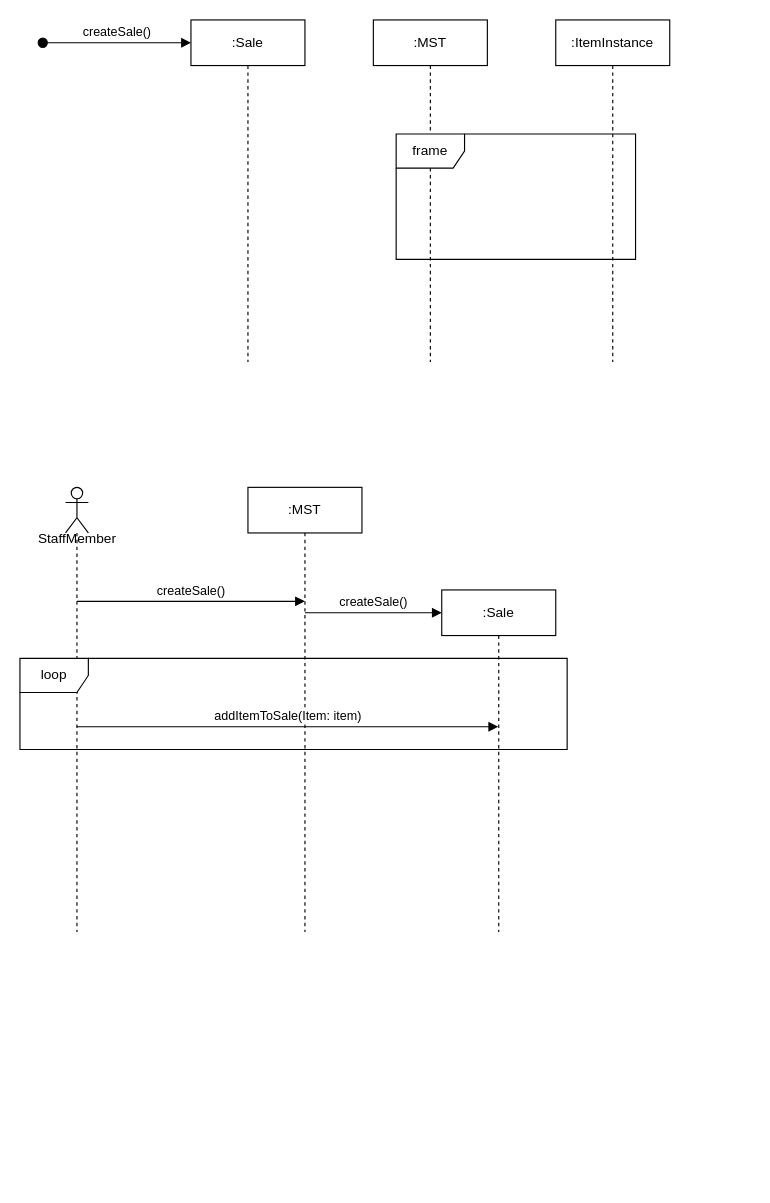
The draw.io diagram page "Page-3" (3 of 3) of workshop5-week6.drawio in antonykimuom/SWEN30006-2025-SM1-workshop1-tuew05-14-00-team-12, before the edit. Source tidied: cells renumbered, new cells numbered last; positions are measured from the earlier drawing's top-left corner, leaving out a move shared by most shapes. Both pictures are drawn from the tidied source at 114%, with x=0, y=0 at pixel (19, 19).
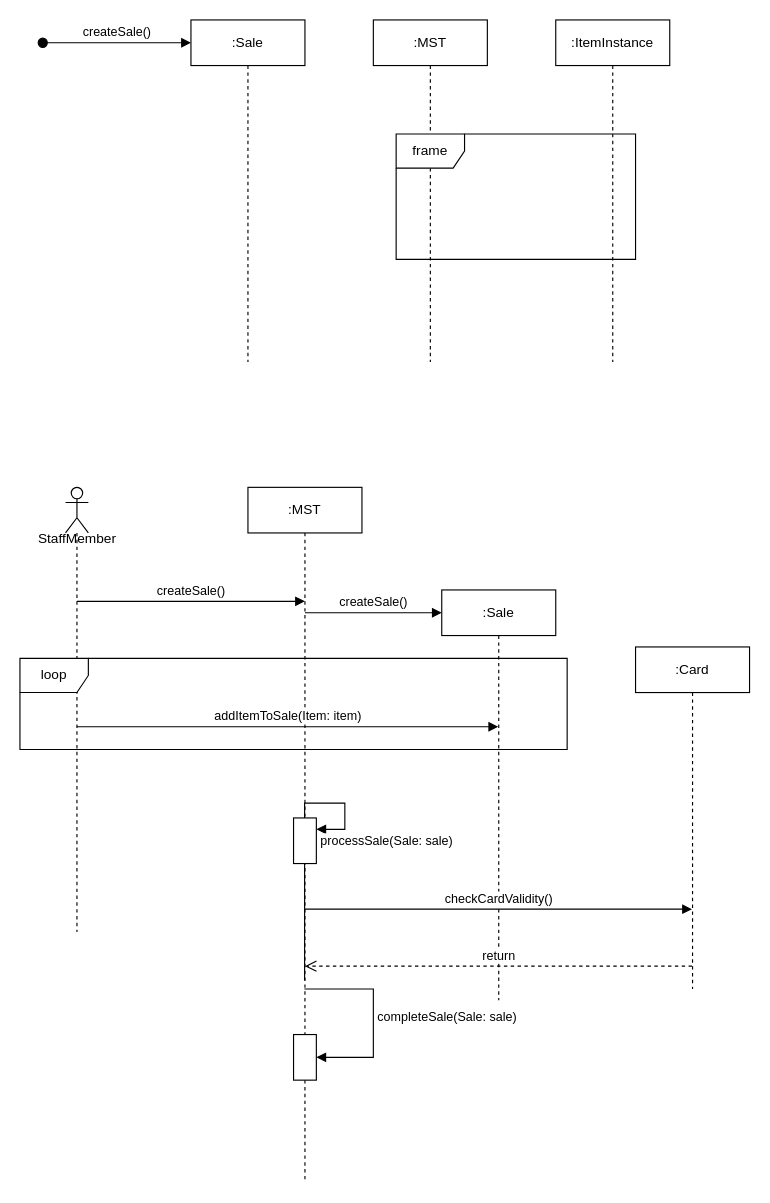
Above is the later version.

Commit message:
sequence diagramm completed

Diff of the diagram source:
```diff
@@
     <mxCell id="10" value=":MST" style="shape=umlLifeline;perimeter=lifelinePerimeter;whiteSpace=wrap;html=1;outlineConnect=0;portConstraint=eastwest;newEdgeStyle={&quot;curved&quot;:0,&quot;rounded&quot;:0};" parent="1" vertex="1">
-      <mxGeometry x="200" y="410" width="100" height="390" as="geometry" />
+      <mxGeometry x="200" y="410" width="100" height="610" as="geometry" />
     </mxCell>
+    <mxCell id="15" value="processSale(Sale: sale)" style="html=1;align=left;spacingLeft=2;endArrow=block;rounded=0;edgeStyle=orthogonalEdgeStyle;curved=0;rounded=0;exitX=0.497;exitY=0.709;exitDx=0;exitDy=0;exitPerimeter=0;" parent="10" edge="1" source="10" target="16">
+      <mxGeometry x="1" y="10" relative="1" as="geometry">
+        <Array as="points">
+          <mxPoint x="85" y="277" />
+          <mxPoint x="85" y="300" />
+        </Array>
+      </mxGeometry>
+    </mxCell>
+    <mxCell id="16" style="html=1;points=[[0,0,0,0,5],[0,1,0,0,-5],[1,0,0,0,5],[1,1,0,0,-5]];perimeter=orthogonalPerimeter;outlineConnect=0;targetShapes=umlLifeline;portConstraint=eastwest;newEdgeStyle={&quot;curved&quot;:0,&quot;rounded&quot;:0};" parent="10" vertex="1">
+      <mxGeometry x="40" y="290" width="20" height="40" as="geometry" />
+    </mxCell>
     <mxCell id="11" value=":Sale" style="shape=umlLifeline;perimeter=lifelinePerimeter;whiteSpace=wrap;html=1;outlineConnect=0;portConstraint=eastwest;newEdgeStyle={&quot;curved&quot;:0,&quot;rounded&quot;:0};" parent="1" vertex="1">
-      <mxGeometry x="370" y="500" width="100" height="300" as="geometry" />
+      <mxGeometry x="370" y="500" width="100" height="360" as="geometry" />
     </mxCell>
@@
+    <mxCell id="17" value=":Card" style="shape=umlLifeline;perimeter=lifelinePerimeter;whiteSpace=wrap;html=1;outlineConnect=0;portConstraint=eastwest;newEdgeStyle={&quot;curved&quot;:0,&quot;rounded&quot;:0};" parent="1" vertex="1">
+      <mxGeometry x="540" y="550" width="100" height="300" as="geometry" />
+    </mxCell>
+    <mxCell id="18" value="checkCardValidity()" style="html=1;verticalAlign=bottom;endArrow=block;curved=0;rounded=0;" parent="1" edge="1" target="17">
+      <mxGeometry relative="1" as="geometry">
+        <mxPoint x="250" y="780" as="sourcePoint" />
+      </mxGeometry>
+    </mxCell>
+    <mxCell id="19" value="return" style="html=1;verticalAlign=bottom;endArrow=open;dashed=1;endSize=8;curved=0;rounded=0;" parent="1" edge="1" source="17">
+      <mxGeometry relative="1" as="geometry">
+        <mxPoint x="250" y="830" as="targetPoint" />
+      </mxGeometry>
+    </mxCell>
+    <mxCell id="20" style="html=1;points=[[0,0,0,0,5],[0,1,0,0,-5],[1,0,0,0,5],[1,1,0,0,-5]];perimeter=orthogonalPerimeter;outlineConnect=0;targetShapes=umlLifeline;portConstraint=eastwest;newEdgeStyle={&quot;curved&quot;:0,&quot;rounded&quot;:0};" parent="1" vertex="1">
+      <mxGeometry x="240" y="890" width="20" height="40" as="geometry" />
+    </mxCell>
+    <mxCell id="21" value="completeSale(Sale: sale)" style="html=1;align=left;spacingLeft=2;endArrow=block;rounded=0;edgeStyle=orthogonalEdgeStyle;curved=0;rounded=0;" parent="1" edge="1" source="10" target="20">
+      <mxGeometry relative="1" as="geometry">
+        <Array as="points">
+          <mxPoint x="310" y="850" />
+          <mxPoint x="310" y="910" />
+        </Array>
+      </mxGeometry>
+    </mxCell>
```
